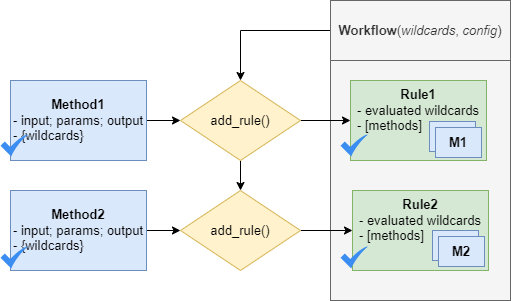
Deltares-research/HydroFlows keeps this draw.io diagram as docs/_static/hydroflows_framework_validate.png. Above is the earlier version. Source tidied: cells renumbered, new cells last; positions are measured from the earlier drawing's top-left corner, leaving out a move shared by most shapes.
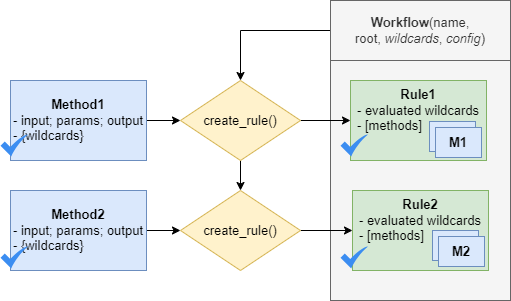
Above is the later version.

The edit, as a diff of the source:
```diff
@@ -8,7 +8,7 @@
     <mxCell id="3" style="edgeStyle=orthogonalEdgeStyle;rounded=0;jettySize=auto;html=1;fontSize=13;" parent="1" edge="1" source="4" target="9">
       <mxGeometry relative="1" as="geometry" />
     </mxCell>
-    <mxCell id="4" value="&lt;b&gt;Workflow&lt;/b&gt;(&lt;i&gt;wildcards&lt;/i&gt;, &lt;i&gt;config&lt;/i&gt;)" style="rounded=0;whiteSpace=wrap;html=1;fillColor=#f5f5f5;strokeColor=#666666;fontColor=#333333;fontSize=13;" parent="1" vertex="1">
+    <mxCell id="4" value="&lt;b&gt;Workflow&lt;/b&gt;(name, root,&amp;nbsp;&lt;i&gt;wildcards&lt;/i&gt;, &lt;i&gt;config&lt;/i&gt;)" style="rounded=0;whiteSpace=wrap;html=1;fillColor=#f5f5f5;strokeColor=#666666;fontColor=#333333;fontSize=13;" parent="1" vertex="1">
       <mxGeometry x="330" width="180" height="60" as="geometry" />
     </mxCell>
     <mxCell id="5" style="edgeStyle=orthogonalEdgeStyle;rounded=0;jettySize=auto;html=1;fontSize=13;" parent="1" edge="1" source="6" target="9">
@@ -23,13 +23,13 @@
     <mxCell id="8" style="edgeStyle=orthogonalEdgeStyle;rounded=0;jettySize=auto;html=1;fontSize=13;" parent="1" edge="1" source="9" target="14">
       <mxGeometry relative="1" as="geometry" />
     </mxCell>
-    <mxCell id="9" value="add_rule()" style="rhombus;whiteSpace=wrap;html=1;rounded=0;fillColor=#fff2cc;strokeColor=#d6b656;fontSize=13;" parent="1" vertex="1">
+    <mxCell id="9" value="create_rule()" style="rhombus;whiteSpace=wrap;html=1;rounded=0;fillColor=#fff2cc;strokeColor=#d6b656;fontSize=13;" parent="1" vertex="1">
       <mxGeometry x="180" y="80" width="120" height="80" as="geometry" />
     </mxCell>
     <mxCell id="10" style="edgeStyle=orthogonalEdgeStyle;rounded=0;jettySize=auto;html=1;entryX=0;entryY=0.5;entryDx=0;entryDy=0;fontSize=13;" parent="1" edge="1" source="11" target="15">
       <mxGeometry relative="1" as="geometry" />
     </mxCell>
-    <mxCell id="11" value="add_rule()" style="rhombus;whiteSpace=wrap;html=1;rounded=0;fillColor=#fff2cc;strokeColor=#d6b656;fontSize=13;" parent="1" vertex="1">
+    <mxCell id="11" value="create_rule()" style="rhombus;whiteSpace=wrap;html=1;rounded=0;fillColor=#fff2cc;strokeColor=#d6b656;fontSize=13;" parent="1" vertex="1">
       <mxGeometry x="180" y="190" width="120" height="80" as="geometry" />
     </mxCell>
     <mxCell id="12" style="edgeStyle=orthogonalEdgeStyle;rounded=0;jettySize=auto;html=1;fontSize=13;" parent="1" edge="1" source="13" target="11">
```
